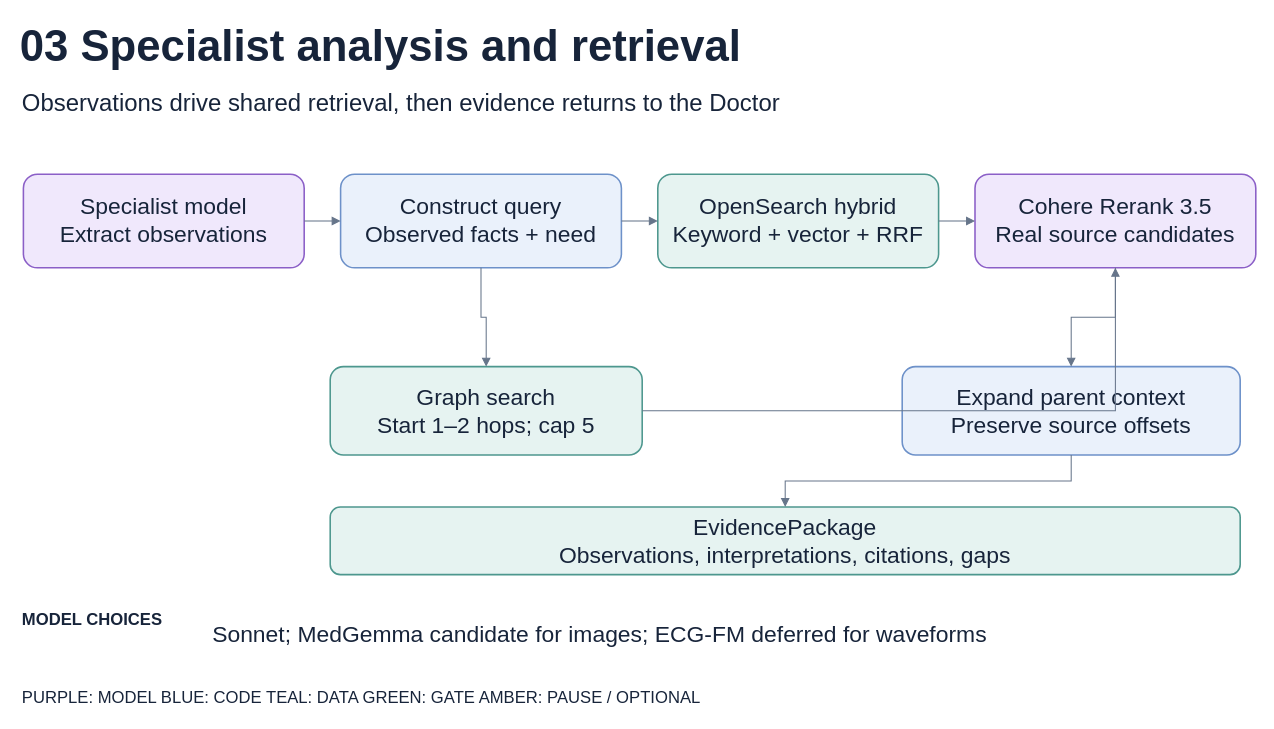
Earlier version of the draw.io diagram page "03 Specialist analysis and retrieval" (8 of 15) of presentation/output/Healthcare_Agent_Architecture.drawio (DanielZ0217/AWS-Hackathon). Source tidied: cells renumbered, new cells numbered last; positions are measured from the earlier drawing's top-left corner, leaving out a move shared by most shapes. Both pictures are drawn from the tidied source at 104%, with x=0, y=0 at pixel (18, 18).
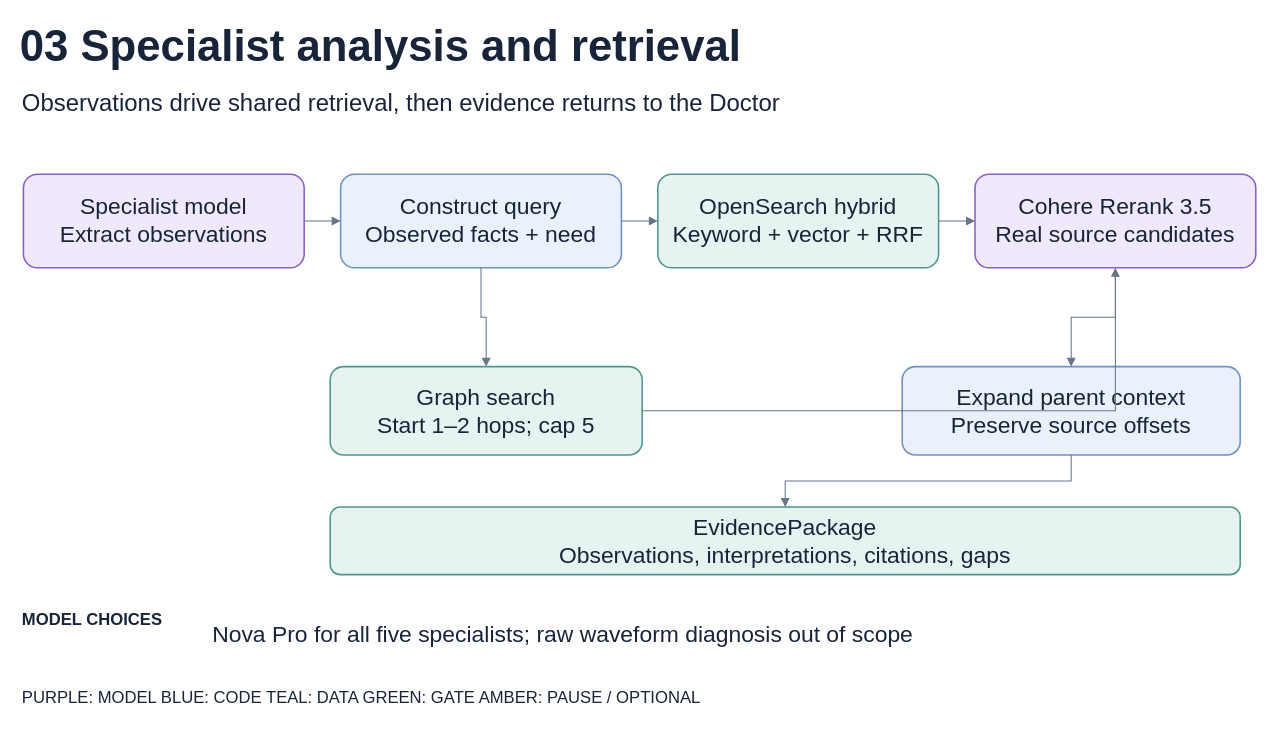
The same page after the edit.

What changed in the source:
```diff
@@
-    <mxCell id="19" value="Sonnet; MedGemma candidate for images; ECG-FM deferred for waveforms" style="text;html=0;whiteSpace=wrap;align=left;verticalAlign=middle;fontFamily=Arial;fontSize=22;fontColor=#17243A;fontStyle=0;" parent="1" vertex="1">
+    <mxCell id="19" value="Nova Pro for all five specialists; raw waveform diagnosis out of scope" style="text;html=0;whiteSpace=wrap;align=left;verticalAlign=middle;fontFamily=Arial;fontSize=22;fontColor=#17243A;fontStyle=0;" parent="1" vertex="1">
       <mxGeometry x="185" y="560" width="980" height="65" as="geometry" />
     </mxCell>
```
